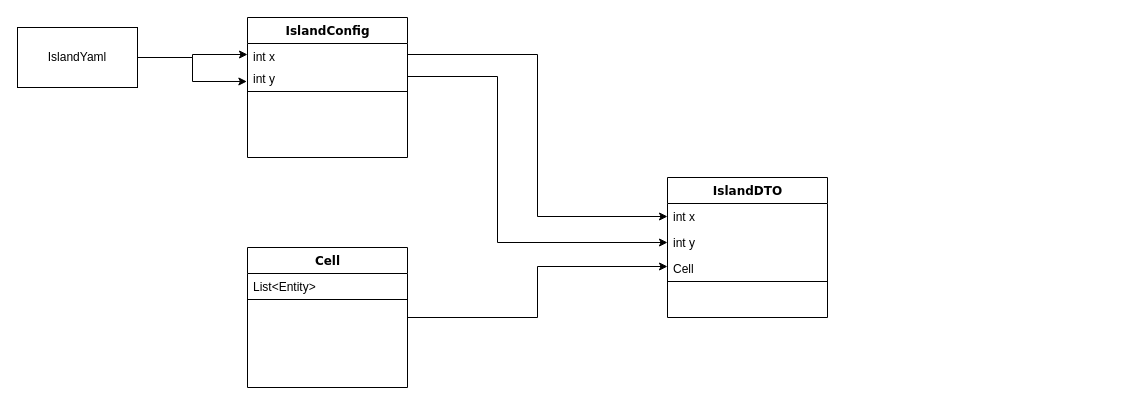
Above: page "Island" (1 of 3) of Диаграмма без названия.drawio in Pr1nkos/IslandSimulation (draw.io), before the change. Source tidied: cells renumbered, new cells numbered last; positions are measured from the earlier drawing's top-left corner, leaving out a move shared by most shapes. Both pictures are drawn from the tidied source at 100%, with x=0, y=0 at pixel (17, 17).
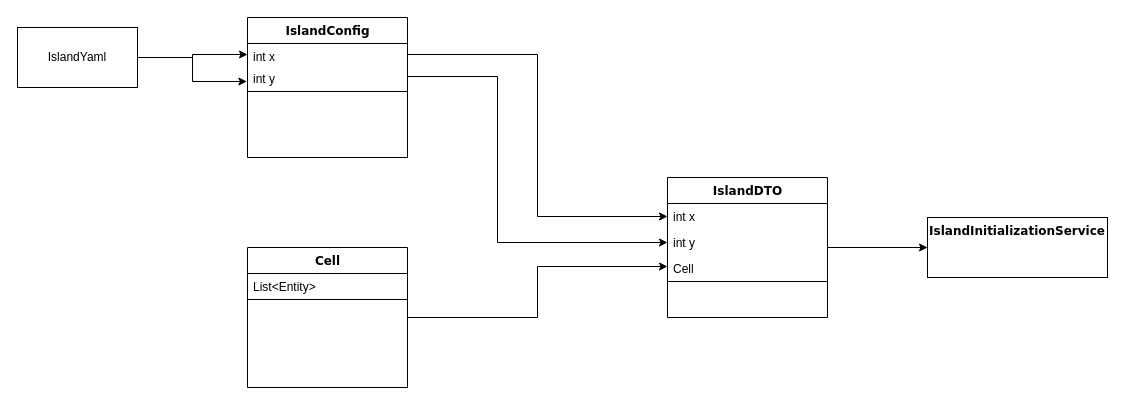
Above is the later version.

The change refers to these unchanged cells:
```xml
<mxCell id="2" value="IslandDTO" style="swimlane;html=1;fontStyle=1;align=center;verticalAlign=top;horizontal=1;startSize=26;swimlaneFillColor=#ffffff;rounded=0;shadow=0;comic=0;labelBackgroundColor=none;strokeWidth=1;fillColor=none;fontFamily=Verdana;fontSize=12;" parent="1" vertex="1">
  <mxGeometry x="650" y="160" width="160" height="140" as="geometry" />
</mxCell>
```

Diff of the diagram source:
```diff
@@
+    <mxCell id="20" style="edgeStyle=orthogonalEdgeStyle;rounded=0;jettySize=auto;html=1;" parent="1" edge="1" source="2" target="21">
+      <mxGeometry relative="1" as="geometry" />
+    </mxCell>
@@
+    <mxCell id="21" value="&lt;div&gt;IslandInitializationService&lt;/div&gt;" style="whiteSpace=wrap;html=1;fontFamily=Verdana;verticalAlign=top;fillColor=none;fontStyle=1;startSize=26;swimlaneFillColor=#ffffff;rounded=0;shadow=0;comic=0;labelBackgroundColor=none;strokeWidth=1;" parent="1" vertex="1">
+      <mxGeometry x="910" y="200" width="180" height="60" as="geometry" />
+    </mxCell>
```
